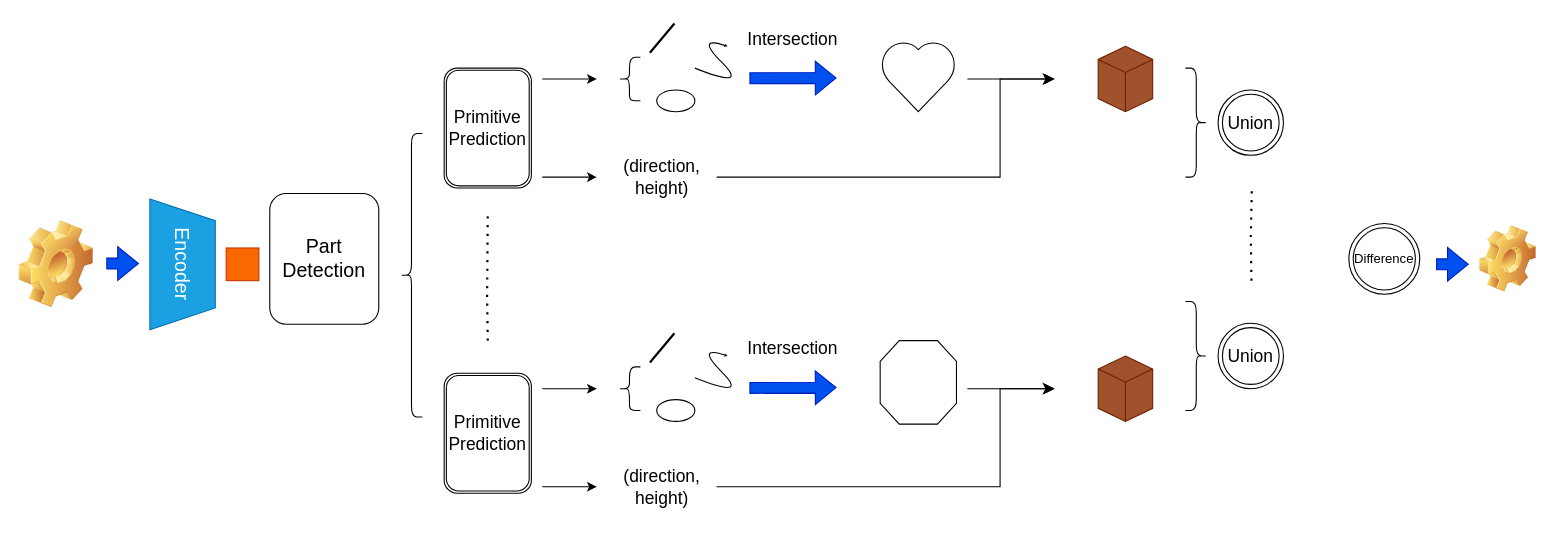
Before: img/extrude.drawio in wenqi-wang20/img, a draw.io diagram. Source tidied: cells renumbered, new cells numbered last; positions are measured from the earlier drawing's top-left corner, leaving out a move shared by most shapes. Both pictures are drawn from the tidied source at 109%, with x=0, y=0 at pixel (19, 19).
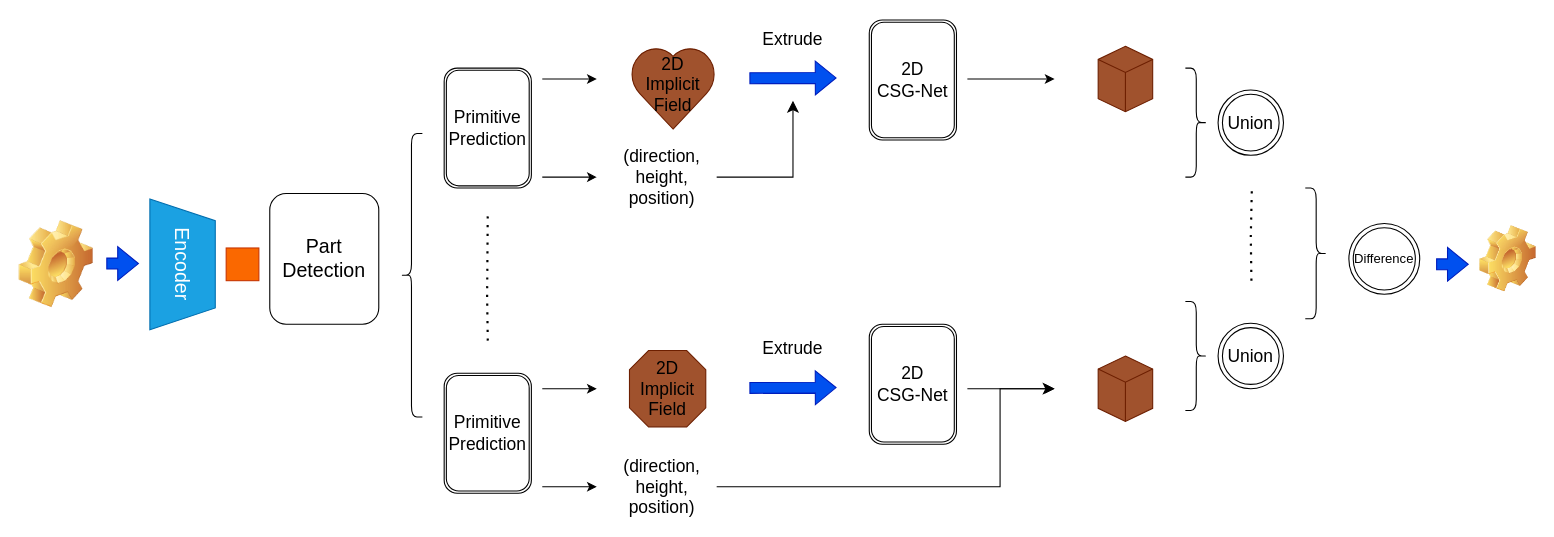
Above is the later version.

The change refers to these unchanged cells:
```xml
<mxCell id="9" style="group;" parent="1" vertex="1">
  <mxGeometry x="480" y="0.9" width="470" height="159.1" as="geometry" />
</mxCell>
```

What changed in the source:
```diff
@@
-    <mxCell id="12" style="shape=curlyBracket;whiteSpace=wrap;html=1;rounded=1;labelPosition=left;verticalLabelPosition=middle;align=right;verticalAlign=middle;" parent="9" vertex="1">
-      <mxGeometry x="70" y="34.1" width="20" height="40" as="geometry" />
-    </mxCell>
-    <mxCell id="13" value="&lt;font style=&quot;font-size: 16px;&quot;&gt;(direction, height)&lt;/font&gt;" style="text;html=1;strokeColor=none;fillColor=none;align=center;verticalAlign=middle;whiteSpace=wrap;rounded=0;" parent="9" vertex="1">
+    <mxCell id="13" value="&lt;font style=&quot;font-size: 16px;&quot;&gt;(direction, height,&lt;br&gt;position)&lt;/font&gt;" style="text;html=1;strokeColor=none;fillColor=none;align=center;verticalAlign=middle;whiteSpace=wrap;rounded=0;" parent="9" vertex="1">
       <mxGeometry x="80" y="129.1" width="60" height="30" as="geometry" />
     </mxCell>
-    <mxCell id="14" style="line;strokeWidth=2;direction=south;html=1;rotation=40;" parent="9" vertex="1">
-      <mxGeometry x="105" y="-0.9" width="10" height="35" as="geometry" />
-    </mxCell>
-    <mxCell id="15" style="ellipse;whiteSpace=wrap;html=1;" parent="9" vertex="1">
-      <mxGeometry x="105" y="64.1" width="35" height="20" as="geometry" />
-    </mxCell>
-    <mxCell id="16" style="curved=1;endArrow=classic;html=1;rounded=0;endSize=0;startSize=0;" parent="9" edge="1">
-      <mxGeometry relative="1" as="geometry">
-        <mxPoint x="140" y="44.1" as="sourcePoint" />
-        <mxPoint x="170" y="24.1" as="targetPoint" />
-        <Array as="points">
-          <mxPoint x="190" y="64.1" />
-          <mxPoint x="140" y="14.1" />
-        </Array>
-      </mxGeometry>
-    </mxCell>
@@
-    <mxCell id="18" value="&lt;font style=&quot;font-size: 16px;&quot;&gt;Intersection&lt;/font&gt;" style="text;html=1;strokeColor=none;fillColor=none;align=center;verticalAlign=middle;whiteSpace=wrap;rounded=0;" parent="9" vertex="1">
+    <mxCell id="18" value="&lt;font style=&quot;font-size: 16px;&quot;&gt;Extrude&lt;/font&gt;" style="text;html=1;strokeColor=none;fillColor=none;align=center;verticalAlign=middle;whiteSpace=wrap;rounded=0;" parent="9" vertex="1">
       <mxGeometry x="200" y="1.6" width="60" height="30" as="geometry" />
     </mxCell>
-    <mxCell id="19" style="verticalLabelPosition=bottom;verticalAlign=top;html=1;shape=mxgraph.basic.heart;" parent="9" vertex="1">
-      <mxGeometry x="310" y="19.1" width="70" height="65" as="geometry" />
-    </mxCell>
     <mxCell id="20" style="edgeStyle=elbowEdgeStyle;elbow=horizontal;endArrow=classic;html=1;curved=0;rounded=0;endSize=8;startSize=8;" parent="9" edge="1">
       <mxGeometry relative="1" as="geometry">
         <mxPoint x="160" y="144.1" as="sourcePoint" />
-        <mxPoint x="470" y="54.1" as="targetPoint" />
+        <mxPoint x="230" y="74.1" as="targetPoint" />
         <Array as="points">
-          <mxPoint x="420" y="114.1" />
+          <mxPoint x="230" y="104" />
         </Array>
       </mxGeometry>
     </mxCell>
@@
+    <mxCell id="48" style="group;" parent="9" vertex="1">
+      <mxGeometry x="80" y="24.1" width="80" height="75.9" as="geometry" />
+    </mxCell>
+    <mxCell id="19" style="verticalLabelPosition=bottom;verticalAlign=top;html=1;shape=mxgraph.basic.heart;fillColor=#a0522d;fontColor=#ffffff;strokeColor=#6D1F00;" parent="48" vertex="1">
+      <mxGeometry width="80" height="75.9" as="geometry" />
+    </mxCell>
+    <mxCell id="49" value="&lt;font style=&quot;font-size: 16px;&quot;&gt;2D&lt;br&gt;Implicit&lt;br&gt;Field&lt;/font&gt;" style="text;html=1;strokeColor=none;fillColor=none;align=center;verticalAlign=middle;whiteSpace=wrap;rounded=0;" parent="48" vertex="1">
+      <mxGeometry x="10" y="20" width="60" height="30" as="geometry" />
+    </mxCell>
+    <mxCell id="50" value="&lt;font style=&quot;font-size: 16px;&quot;&gt;2D&lt;br&gt;CSG-Net&lt;/font&gt;" style="shape=ext;double=1;rounded=1;whiteSpace=wrap;html=1;" parent="9" vertex="1">
+      <mxGeometry x="300" width="80" height="110" as="geometry" />
+    </mxCell>
@@
-    <mxCell id="24" style="shape=curlyBracket;whiteSpace=wrap;html=1;rounded=1;labelPosition=left;verticalLabelPosition=middle;align=right;verticalAlign=middle;" parent="1" vertex="1">
-      <mxGeometry x="550" y="319.1" width="20" height="40" as="geometry" />
-    </mxCell>
-    <mxCell id="25" value="&lt;font style=&quot;font-size: 16px;&quot;&gt;(direction, height)&lt;/font&gt;" style="text;html=1;strokeColor=none;fillColor=none;align=center;verticalAlign=middle;whiteSpace=wrap;rounded=0;" parent="1" vertex="1">
+    <mxCell id="25" value="&lt;font style=&quot;font-size: 16px;&quot;&gt;(direction, height,&lt;br&gt;position)&lt;/font&gt;" style="text;html=1;strokeColor=none;fillColor=none;align=center;verticalAlign=middle;whiteSpace=wrap;rounded=0;" parent="1" vertex="1">
       <mxGeometry x="560" y="414.1" width="60" height="30" as="geometry" />
     </mxCell>
-    <mxCell id="26" style="line;strokeWidth=2;direction=south;html=1;rotation=40;" parent="1" vertex="1">
-      <mxGeometry x="585" y="284.1" width="10" height="35" as="geometry" />
-    </mxCell>
-    <mxCell id="27" style="ellipse;whiteSpace=wrap;html=1;" parent="1" vertex="1">
-      <mxGeometry x="585" y="349.1" width="35" height="20" as="geometry" />
-    </mxCell>
-    <mxCell id="28" style="curved=1;endArrow=classic;html=1;rounded=0;endSize=0;startSize=0;" parent="1" edge="1">
-      <mxGeometry relative="1" as="geometry">
-        <mxPoint x="620" y="329.1" as="sourcePoint" />
-        <mxPoint x="650" y="309.1" as="targetPoint" />
-        <Array as="points">
-          <mxPoint x="670" y="349.1" />
-          <mxPoint x="620" y="299.1" />
-        </Array>
-      </mxGeometry>
-    </mxCell>
@@
-    <mxCell id="30" value="&lt;font style=&quot;font-size: 16px;&quot;&gt;Intersection&lt;/font&gt;" style="text;html=1;strokeColor=none;fillColor=none;align=center;verticalAlign=middle;whiteSpace=wrap;rounded=0;" parent="1" vertex="1">
+    <mxCell id="30" value="&lt;font style=&quot;font-size: 16px;&quot;&gt;Extrude&lt;/font&gt;" style="text;html=1;strokeColor=none;fillColor=none;align=center;verticalAlign=middle;whiteSpace=wrap;rounded=0;" parent="1" vertex="1">
       <mxGeometry x="680" y="286.6" width="60" height="30" as="geometry" />
     </mxCell>
@@
-    <mxCell id="33" style="verticalLabelPosition=bottom;verticalAlign=top;html=1;shape=mxgraph.basic.polygon;polyCoords=[[0.25,0],[0.75,0],[1,0.25],[1,0.75],[0.75,1],[0.25,1],[0,0.75],[0,0.25]];polyline=0;" parent="1" vertex="1">
-      <mxGeometry x="790" y="295" width="70" height="76.6" as="geometry" />
-    </mxCell>
@@
+    <mxCell id="51" style="shape=curlyBracket;whiteSpace=wrap;html=1;rounded=1;flipH=1;labelPosition=right;verticalLabelPosition=middle;align=left;verticalAlign=middle;" parent="1" vertex="1">
+      <mxGeometry x="1180" y="155" width="20" height="120" as="geometry" />
+    </mxCell>
+    <mxCell id="52" style="group;" parent="1" vertex="1">
+      <mxGeometry x="560" y="304.1" width="70" height="70" as="geometry" />
+    </mxCell>
+    <mxCell id="33" style="verticalLabelPosition=bottom;verticalAlign=top;html=1;shape=mxgraph.basic.polygon;polyCoords=[[0.25,0],[0.75,0],[1,0.25],[1,0.75],[0.75,1],[0.25,1],[0,0.75],[0,0.25]];polyline=0;fillColor=#a0522d;strokeColor=#6D1F00;fontColor=#ffffff;" parent="52" vertex="1">
+      <mxGeometry width="70" height="70" as="geometry" />
+    </mxCell>
+    <mxCell id="53" value="&lt;font style=&quot;font-size: 16px;&quot;&gt;2D&lt;br&gt;Implicit&lt;br&gt;Field&lt;/font&gt;" style="text;html=1;strokeColor=none;fillColor=none;align=center;verticalAlign=middle;whiteSpace=wrap;rounded=0;" parent="52" vertex="1">
+      <mxGeometry x="5" y="20" width="60" height="30" as="geometry" />
+    </mxCell>
+    <mxCell id="54" value="&lt;font style=&quot;font-size: 16px;&quot;&gt;2D&lt;br&gt;CSG-Net&lt;/font&gt;" style="shape=ext;double=1;rounded=1;whiteSpace=wrap;html=1;" parent="1" vertex="1">
+      <mxGeometry x="780" y="280" width="80" height="110" as="geometry" />
+    </mxCell>
```
